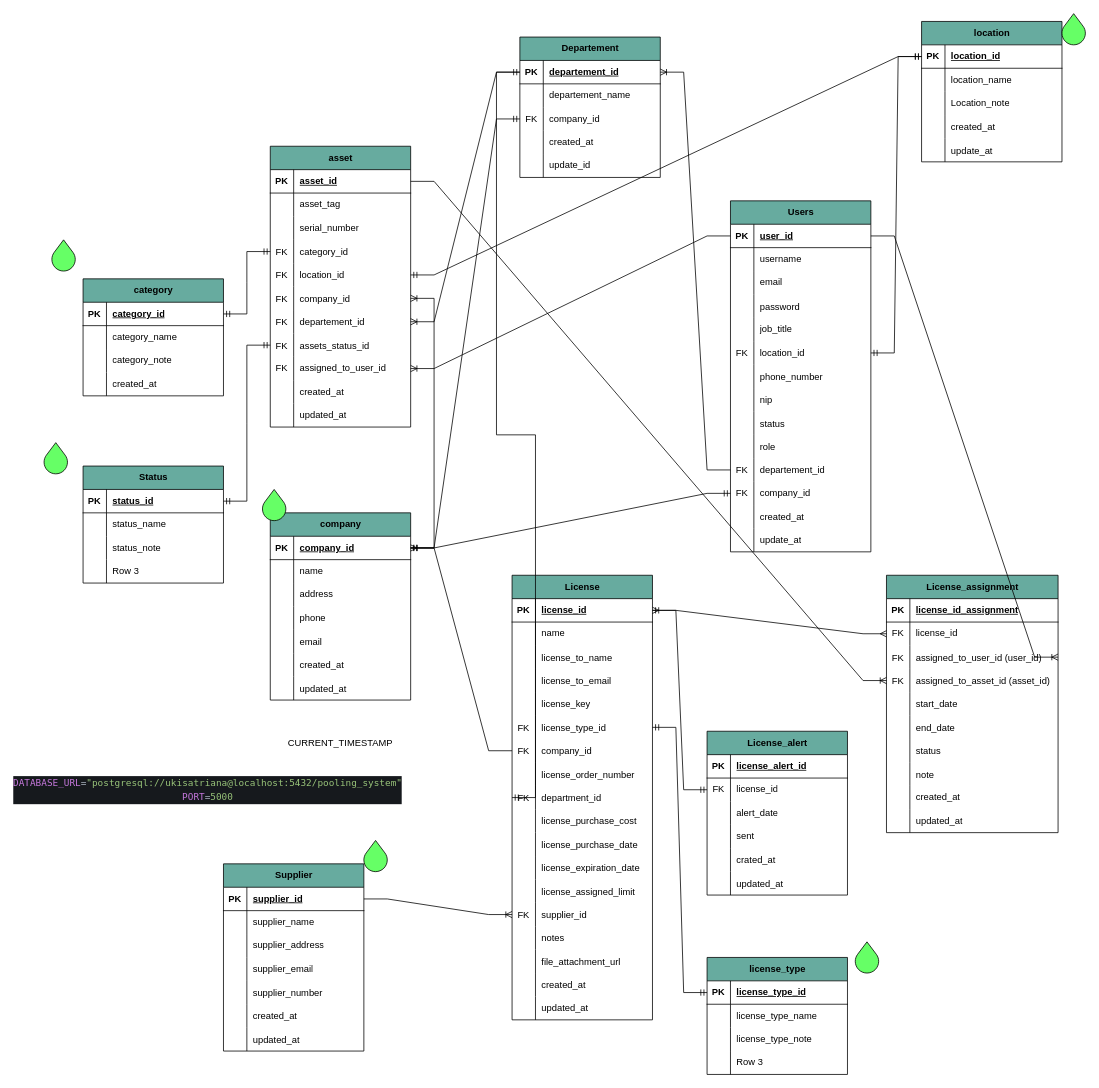
Above: pooling.drawio in ukisatriana/Flow-serv (draw.io), before the change. Source tidied: cells renumbered, new cells numbered last; positions are measured from the earlier drawing's top-left corner, leaving out a move shared by most shapes. Both pictures are drawn from the tidied source at 78%, with x=0, y=0 at pixel (44, 13).
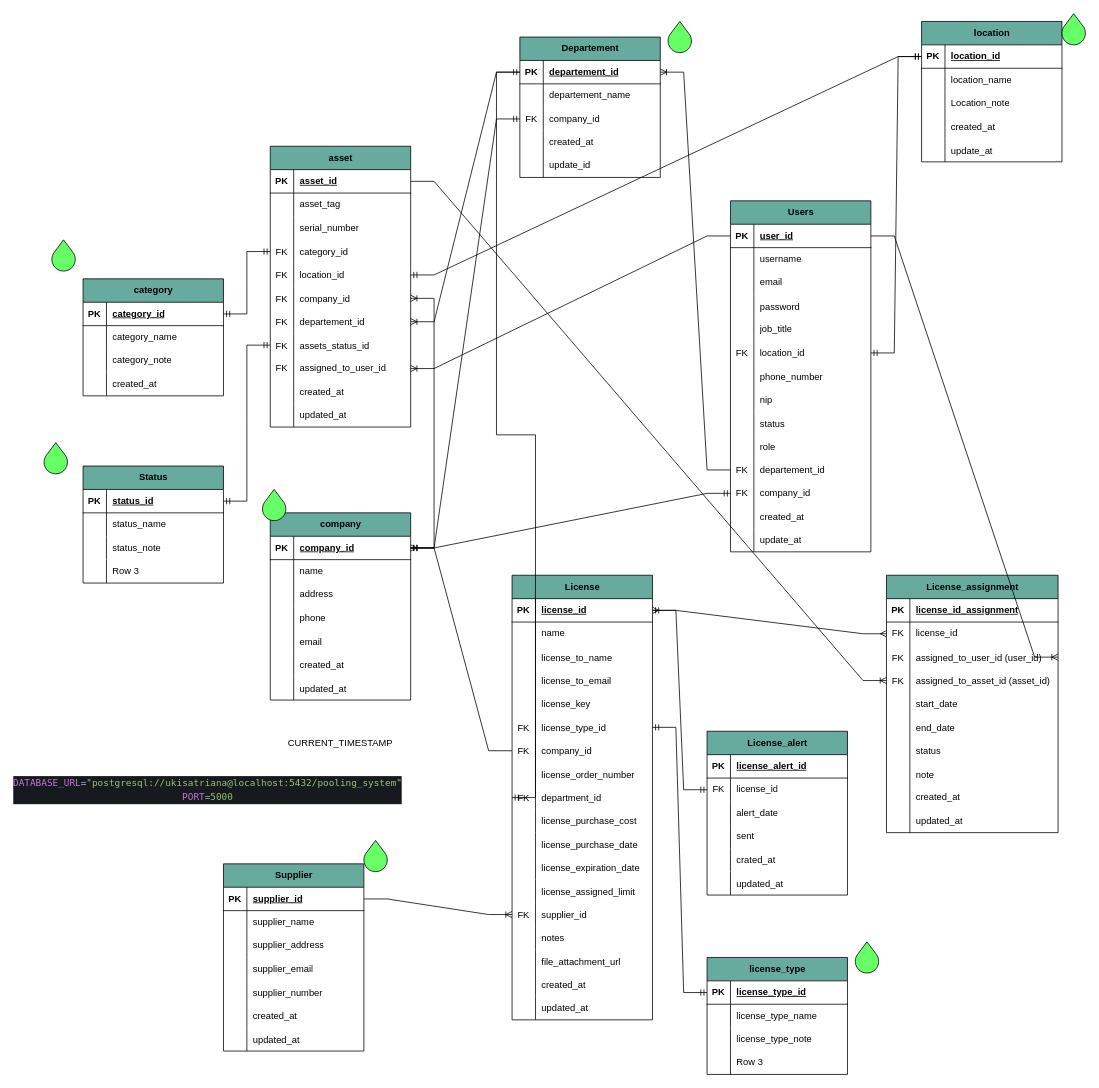
The same page after the edit.

The edit, as a diff of the source:
```diff
@@
+    <mxCell id="325" style="verticalLabelPosition=bottom;verticalAlign=top;html=1;shape=mxgraph.basic.drop;fillColor=#66FF66;" parent="1" vertex="1">
+      <mxGeometry x="800" y="10" width="30" height="40" as="geometry" />
+    </mxCell>
```
